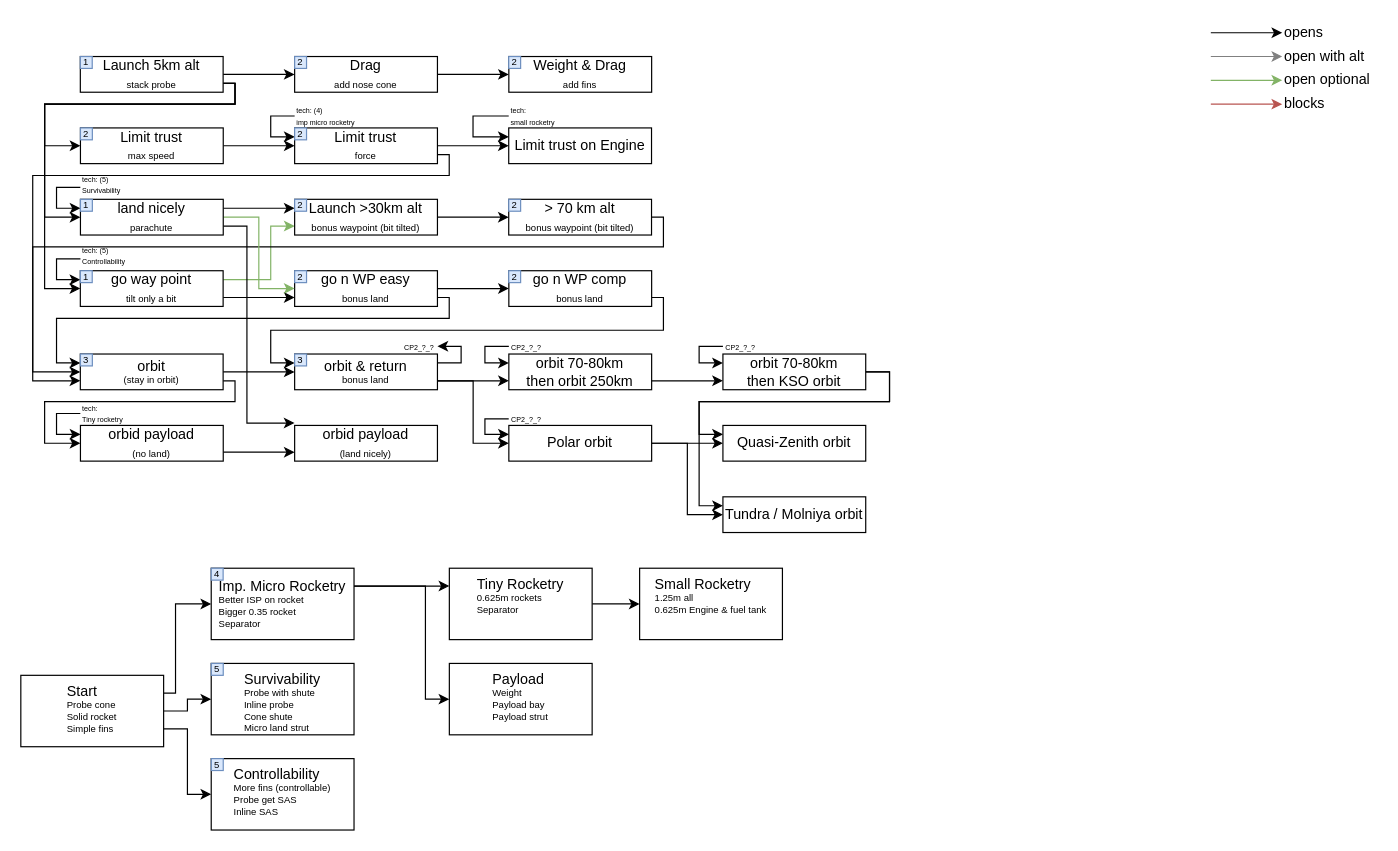
SaphireFalcon/real_career keeps this draw.io diagram as doc/CP1 contracts & TT.drawio. Above is the earlier version. Source tidied: cells renumbered, new cells numbered last; positions are measured from the earlier drawing's top-left corner, leaving out a move shared by most shapes. Both pictures are drawn from the tidied source at 119%, with x=0, y=0 at pixel (20, 20).
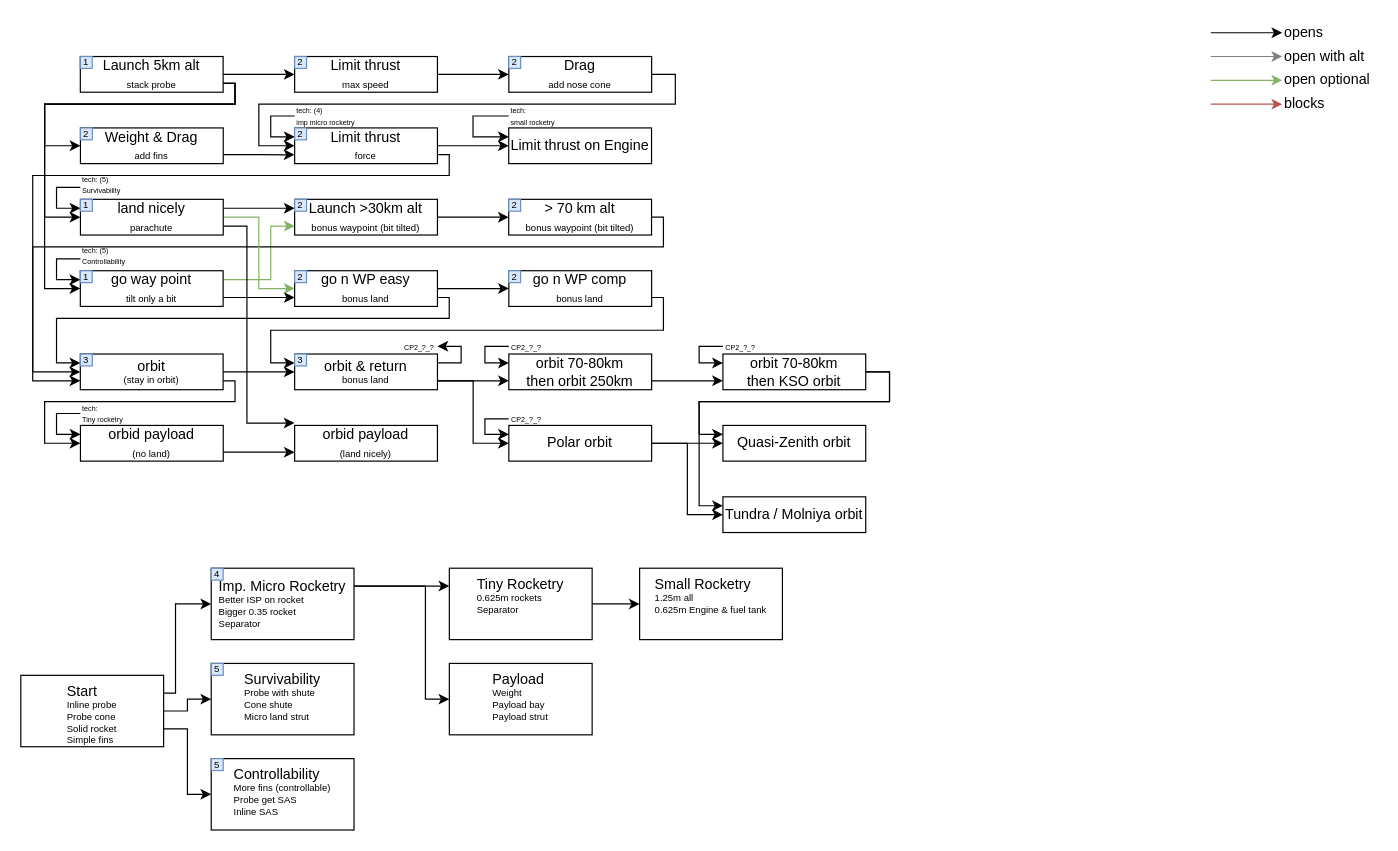
Above is the later version.

What changed in the source:
```diff
@@
-    <mxCell id="48" value="&lt;div style=&quot;text-align: left&quot;&gt;&lt;font style=&quot;font-size: 12px&quot;&gt;Start&lt;/font&gt;&lt;/div&gt;&lt;div style=&quot;text-align: left ; font-size: 8px&quot;&gt;&lt;font style=&quot;font-size: 8px&quot;&gt;&lt;font style=&quot;font-size: 8px&quot;&gt;Probe cone&lt;/font&gt;&lt;br style=&quot;font-size: 8px&quot;&gt;&lt;/font&gt;&lt;/div&gt;&lt;div style=&quot;text-align: left ; font-size: 8px&quot;&gt;&lt;font style=&quot;font-size: 8px&quot;&gt;&lt;font style=&quot;font-size: 8px&quot;&gt;Solid rocket&lt;/font&gt;&lt;/font&gt;&lt;/div&gt;&lt;div style=&quot;text-align: left ; font-size: 8px&quot;&gt;&lt;font style=&quot;font-size: 8px&quot;&gt;&lt;font style=&quot;font-size: 8px&quot;&gt;Simple fins&lt;/font&gt;&lt;/font&gt;&lt;/div&gt;" style="rounded=0;whiteSpace=wrap;html=1;fontSize=8;verticalAlign=top;" parent="1" vertex="1">
+    <mxCell id="48" value="&lt;div style=&quot;text-align: left&quot;&gt;&lt;font style=&quot;font-size: 12px&quot;&gt;Start&lt;/font&gt;&lt;/div&gt;&lt;span style=&quot;text-align: left&quot;&gt;Inline probe&lt;br&gt;&lt;/span&gt;&lt;div style=&quot;text-align: left ; font-size: 8px&quot;&gt;&lt;font style=&quot;font-size: 8px&quot;&gt;&lt;font style=&quot;font-size: 8px&quot;&gt;Probe cone&lt;/font&gt;&lt;br style=&quot;font-size: 8px&quot;&gt;&lt;/font&gt;&lt;/div&gt;&lt;div style=&quot;text-align: left ; font-size: 8px&quot;&gt;&lt;font style=&quot;font-size: 8px&quot;&gt;&lt;font style=&quot;font-size: 8px&quot;&gt;Solid rocket&lt;/font&gt;&lt;/font&gt;&lt;/div&gt;&lt;div style=&quot;text-align: left ; font-size: 8px&quot;&gt;&lt;font style=&quot;font-size: 8px&quot;&gt;&lt;font style=&quot;font-size: 8px&quot;&gt;Simple fins&lt;/font&gt;&lt;/font&gt;&lt;/div&gt;" style="rounded=0;whiteSpace=wrap;html=1;fontSize=8;verticalAlign=top;" parent="1" vertex="1">
       <mxGeometry y="550" width="120" height="60" as="geometry" />
     </mxCell>
@@
-    <mxCell id="50" value="&lt;div style=&quot;text-align: left&quot;&gt;&lt;font style=&quot;font-size: 12px&quot;&gt;Survivability&lt;/font&gt;&lt;/div&gt;&lt;div style=&quot;text-align: left ; font-size: 8px&quot;&gt;&lt;font style=&quot;font-size: 8px&quot;&gt;Probe with shute&lt;/font&gt;&lt;/div&gt;&lt;div style=&quot;text-align: left ; font-size: 8px&quot;&gt;&lt;font style=&quot;font-size: 8px&quot;&gt;Inline probe&lt;/font&gt;&lt;/div&gt;&lt;div style=&quot;text-align: left ; font-size: 8px&quot;&gt;&lt;font style=&quot;font-size: 8px&quot;&gt;Cone shute&lt;/font&gt;&lt;br style=&quot;font-size: 8px&quot;&gt;&lt;/div&gt;&lt;font style=&quot;font-size: 8px&quot;&gt;&lt;div style=&quot;text-align: left&quot;&gt;&lt;span&gt;Micro land strut&lt;/span&gt;&lt;/div&gt;&lt;/font&gt;" style="rounded=0;whiteSpace=wrap;html=1;fontSize=8;verticalAlign=top;" parent="1" vertex="1">
+    <mxCell id="50" value="&lt;div style=&quot;text-align: left&quot;&gt;&lt;font style=&quot;font-size: 12px&quot;&gt;Survivability&lt;/font&gt;&lt;/div&gt;&lt;div style=&quot;text-align: left ; font-size: 8px&quot;&gt;&lt;font style=&quot;font-size: 8px&quot;&gt;Probe with shute&lt;/font&gt;&lt;/div&gt;&lt;div style=&quot;text-align: left ; font-size: 8px&quot;&gt;&lt;font style=&quot;font-size: 8px&quot;&gt;Cone shute&lt;/font&gt;&lt;br style=&quot;font-size: 8px&quot;&gt;&lt;/div&gt;&lt;font style=&quot;font-size: 8px&quot;&gt;&lt;div style=&quot;text-align: left&quot;&gt;&lt;span&gt;Micro land strut&lt;/span&gt;&lt;/div&gt;&lt;/font&gt;" style="rounded=0;whiteSpace=wrap;html=1;fontSize=8;verticalAlign=top;" parent="1" vertex="1">
       <mxGeometry x="160" y="540" width="120" height="60" as="geometry" />
     </mxCell>
@@
-    <mxCell id="55" style="edgeStyle=orthogonalEdgeStyle;rounded=0;jettySize=auto;html=1;exitX=1;exitY=0.5;exitDx=0;exitDy=0;entryX=0;entryY=0.5;entryDx=0;entryDy=0;strokeColor=#000000;fontSize=8;" parent="1" edge="1" source="56" target="75">
-      <mxGeometry relative="1" as="geometry" />
-    </mxCell>
+    <mxCell id="116" style="edgeStyle=orthogonalEdgeStyle;rounded=0;jettySize=auto;html=1;exitX=1;exitY=0.75;exitDx=0;exitDy=0;" parent="1" edge="1" source="56">
+      <mxGeometry relative="1" as="geometry">
+        <mxPoint x="230" y="112.6" as="targetPoint" />
+      </mxGeometry>
+    </mxCell>
-    <mxCell id="56" value="Limit trust&lt;br style=&quot;font-size: 8px&quot;&gt;&lt;font style=&quot;font-size: 8px&quot;&gt;max speed&lt;/font&gt;" style="rounded=0;whiteSpace=wrap;html=1;" parent="1" vertex="1">
+    <mxCell id="56" value="Weight &amp;amp; Drag&lt;br style=&quot;font-size: 8px&quot;&gt;&lt;font style=&quot;font-size: 8px&quot;&gt;add fins&lt;/font&gt;" style="rounded=0;whiteSpace=wrap;html=1;" parent="1" vertex="1">
       <mxGeometry x="50.1" y="90" width="120" height="30" as="geometry" />
     </mxCell>
@@
-    <mxCell id="58" value="Drag&lt;br style=&quot;font-size: 8px&quot;&gt;&lt;font style=&quot;font-size: 8px&quot;&gt;add nose cone&lt;/font&gt;" style="rounded=0;whiteSpace=wrap;html=1;" parent="1" vertex="1">
+    <mxCell id="58" value="Limit thrust&lt;br style=&quot;font-size: 8px&quot;&gt;&lt;font style=&quot;font-size: 8px&quot;&gt;max speed&lt;/font&gt;" style="rounded=0;whiteSpace=wrap;html=1;" parent="1" vertex="1">
       <mxGeometry x="230.1" y="30" width="120" height="30" as="geometry" />
     </mxCell>
-    <mxCell id="59" value="Limit trust on Engine" style="rounded=0;whiteSpace=wrap;html=1;" parent="1" vertex="1">
+    <mxCell id="59" value="Limit thrust on Engine" style="rounded=0;whiteSpace=wrap;html=1;" parent="1" vertex="1">
       <mxGeometry x="410" y="90" width="120" height="30" as="geometry" />
     </mxCell>
@@
-    <mxCell id="75" value="Limit trust&lt;br style=&quot;font-size: 8px&quot;&gt;&lt;span style=&quot;font-size: 8px&quot;&gt;force&lt;/span&gt;" style="rounded=0;whiteSpace=wrap;html=1;" parent="1" vertex="1">
+    <mxCell id="75" value="Limit thrust&lt;br style=&quot;font-size: 8px&quot;&gt;&lt;span style=&quot;font-size: 8px&quot;&gt;force&lt;/span&gt;" style="rounded=0;whiteSpace=wrap;html=1;" parent="1" vertex="1">
       <mxGeometry x="230.1" y="90" width="120" height="30" as="geometry" />
     </mxCell>
+    <mxCell id="117" style="edgeStyle=orthogonalEdgeStyle;rounded=0;jettySize=auto;html=1;exitX=1;exitY=0.5;exitDx=0;exitDy=0;entryX=0;entryY=0.5;entryDx=0;entryDy=0;" parent="1" edge="1" source="76" target="75">
+      <mxGeometry relative="1" as="geometry">
+        <Array as="points">
+          <mxPoint x="550" y="45" />
+          <mxPoint x="550" y="70" />
+          <mxPoint x="200" y="70" />
+          <mxPoint x="200" y="105" />
+        </Array>
+      </mxGeometry>
+    </mxCell>
-    <mxCell id="76" value="Weight &amp;amp; Drag&lt;br style=&quot;font-size: 8px&quot;&gt;&lt;font style=&quot;font-size: 8px&quot;&gt;add fins&lt;/font&gt;" style="rounded=0;whiteSpace=wrap;html=1;" parent="1" vertex="1">
+    <mxCell id="76" value="Drag&lt;br style=&quot;font-size: 8px&quot;&gt;&lt;font style=&quot;font-size: 8px&quot;&gt;add nose cone&lt;/font&gt;" style="rounded=0;whiteSpace=wrap;html=1;" parent="1" vertex="1">
       <mxGeometry x="410.1" y="30" width="120" height="30" as="geometry" />
     </mxCell>
```
